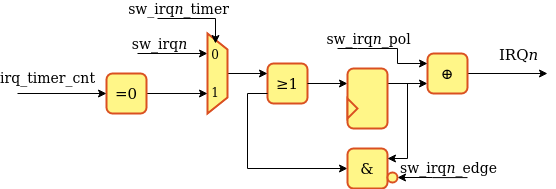
Above: veerwolf_irq.png in chipsalliance/VeeRwolf (draw.io), before the change. Source tidied: cells renumbered, new cells last; positions are measured from the earlier drawing's top-left corner, leaving out a move shared by most shapes. The source it was exported from:
```xml
<mxGraphModel>
  <root>
    <mxCell id="0" />
    <mxCell id="1" parent="0" />
    <mxCell id="2" value="≥1" style="rounded=1;whiteSpace=wrap;html=1;fontSize=15;strokeWidth=2;fillColor=#FFF688;strokeColor=#DA5021;" parent="1" vertex="1">
      <mxGeometry x="250" y="45" width="40" height="40" as="geometry" />
    </mxCell>
    <mxCell id="3" style="endArrow=classic;startArrow=none;html=1;fontSize=15;labelBackgroundColor=none;startFill=0;exitX=1;exitY=0.5;exitDx=0;exitDy=0;" parent="1" edge="1" source="9">
      <mxGeometry relative="1" as="geometry">
        <mxPoint x="530" y="55" as="targetPoint" />
      </mxGeometry>
    </mxCell>
    <mxCell id="4" value="IRQ&lt;i&gt;n&lt;/i&gt;" style="text;html=1;align=center;verticalAlign=middle;labelBackgroundColor=none;fontSize=15;" parent="3" vertex="1">
      <mxGeometry x="-0.53" y="-1" relative="1" as="geometry">
        <mxPoint x="31" y="-21" as="offset" />
      </mxGeometry>
    </mxCell>
    <mxCell id="5" style="edgeStyle=orthogonalEdgeStyle;rounded=0;jettySize=auto;html=1;exitX=0;exitY=0.5;exitDx=0;exitDy=0;entryX=0;entryY=0.75;entryDx=0;entryDy=0;labelBackgroundColor=none;startArrow=classic;startFill=1;endArrow=none;endFill=0;fontSize=14;" parent="1" edge="1" source="6" target="2">
      <mxGeometry relative="1" as="geometry" />
    </mxCell>
    <mxCell id="6" value="&amp;amp;" style="rounded=1;whiteSpace=wrap;html=1;fontSize=15;strokeWidth=2;fillColor=#FFF688;strokeColor=#DA5021;" parent="1" vertex="1">
      <mxGeometry x="330" y="130" width="40" height="40" as="geometry" />
    </mxCell>
    <mxCell id="7" style="endArrow=none;startArrow=classic;html=1;fontSize=15;entryX=1;entryY=0.5;entryDx=0;entryDy=0;startFill=1;endFill=0;exitX=0;exitY=0.25;exitDx=0;exitDy=0;" parent="1" edge="1" source="13" target="2">
      <mxGeometry relative="1" as="geometry" />
    </mxCell>
    <mxCell id="8" style="edgeStyle=orthogonalEdgeStyle;rounded=0;jettySize=auto;html=1;entryX=1;entryY=0.25;entryDx=0;entryDy=0;startArrow=classic;startFill=1;endArrow=none;endFill=0;fillColor=#FBA82A;fontSize=15;exitX=0;exitY=0.75;exitDx=0;exitDy=0;" parent="1" edge="1" source="9" target="13">
      <mxGeometry relative="1" as="geometry" />
    </mxCell>
    <mxCell id="9" value="⊕" style="rounded=1;whiteSpace=wrap;html=1;fontSize=15;strokeWidth=2;fillColor=#FFF688;strokeColor=#DA5021;" parent="1" vertex="1">
      <mxGeometry x="410" y="35" width="40" height="40" as="geometry" />
    </mxCell>
    <mxCell id="10" style="edgeStyle=orthogonalEdgeStyle;rounded=0;jettySize=auto;html=1;startArrow=classic;startFill=1;endArrow=none;endFill=0;fillColor=#FBA82A;fontSize=15;exitX=0;exitY=0.25;exitDx=0;exitDy=0;" parent="1" edge="1" source="9">
      <mxGeometry relative="1" as="geometry">
        <mxPoint x="320" y="30" as="targetPoint" />
        <Array as="points">
          <mxPoint x="380" y="45" />
          <mxPoint x="380" y="30" />
          <mxPoint x="340" y="30" />
        </Array>
      </mxGeometry>
    </mxCell>
    <mxCell id="11" value="sw_irq&lt;i&gt;n&lt;/i&gt;_pol" style="edgeLabel;html=1;align=center;verticalAlign=middle;fontSize=14;" parent="10" vertex="1">
      <mxGeometry x="0.84" y="-2" relative="1" as="geometry">
        <mxPoint x="22" y="-8" as="offset" />
      </mxGeometry>
    </mxCell>
    <mxCell id="12" style="edgeStyle=orthogonalEdgeStyle;rounded=0;jettySize=auto;html=1;startArrow=none;startFill=0;fontSize=14;exitX=1;exitY=0.25;exitDx=0;exitDy=0;entryX=1;entryY=0.25;entryDx=0;entryDy=0;" parent="1" edge="1" source="13" target="6">
      <mxGeometry relative="1" as="geometry" />
    </mxCell>
    <mxCell id="13" style="rounded=1;whiteSpace=wrap;html=1;fontSize=15;strokeWidth=2;fillColor=#FFF688;strokeColor=#DA5021;" parent="1" vertex="1">
      <mxGeometry x="330" y="50" width="40" height="60" as="geometry" />
    </mxCell>
    <mxCell id="14" style="triangle;whiteSpace=wrap;html=1;fillColor=#FFF688;strokeColor=#DA5021;strokeWidth=2;" parent="1" vertex="1">
      <mxGeometry x="330" y="80" width="10" height="20" as="geometry" />
    </mxCell>
    <mxCell id="15" style="edgeStyle=orthogonalEdgeStyle;rounded=0;jettySize=auto;html=1;exitX=1;exitY=0.5;exitDx=0;exitDy=0;labelBackgroundColor=none;startArrow=classic;startFill=1;fontSize=14;endArrow=none;endFill=0;" parent="1" edge="1" source="17">
      <mxGeometry relative="1" as="geometry">
        <mxPoint x="450" y="159.1" as="targetPoint" />
      </mxGeometry>
    </mxCell>
    <mxCell id="16" value="sw_irq&lt;i&gt;n&lt;/i&gt;_edge" style="edgeLabel;html=1;align=center;verticalAlign=middle;fontSize=14;labelBackgroundColor=none;" parent="15" vertex="1">
      <mxGeometry x="0.7" y="-1" relative="1" as="geometry">
        <mxPoint x="-9.4" y="-10.1" as="offset" />
      </mxGeometry>
    </mxCell>
    <mxCell id="17" style="ellipse;whiteSpace=wrap;html=1;strokeColor=#DA5021;strokeWidth=2;fillColor=#FFF688;fontSize=14;" parent="1" vertex="1">
      <mxGeometry x="370" y="154" width="10" height="10" as="geometry" />
    </mxCell>
    <mxCell id="18" style="edgeStyle=orthogonalEdgeStyle;rounded=0;jettySize=auto;html=1;labelBackgroundColor=none;startArrow=classic;startFill=1;fontSize=14;endArrow=none;endFill=0;exitX=0.25;exitY=1;exitDx=0;exitDy=0;" parent="1" edge="1" source="21">
      <mxGeometry relative="1" as="geometry">
        <mxPoint x="120" y="35" as="targetPoint" />
        <Array as="points">
          <mxPoint x="120" y="35" />
        </Array>
      </mxGeometry>
    </mxCell>
    <mxCell id="19" value="sw_irq&lt;i&gt;n&lt;/i&gt;" style="edgeLabel;html=1;align=center;verticalAlign=middle;fontSize=14;labelBackgroundColor=none;" parent="18" vertex="1">
      <mxGeometry x="0.7" y="-1" relative="1" as="geometry">
        <mxPoint x="11" y="-9" as="offset" />
      </mxGeometry>
    </mxCell>
    <mxCell id="20" style="edgeStyle=orthogonalEdgeStyle;rounded=0;jettySize=auto;html=1;exitX=0.5;exitY=0;exitDx=0;exitDy=0;entryX=0;entryY=0.25;entryDx=0;entryDy=0;" parent="1" edge="1" source="21" target="2">
      <mxGeometry relative="1" as="geometry" />
    </mxCell>
    <mxCell id="21" style="shape=trapezoid;perimeter=trapezoidPerimeter;whiteSpace=wrap;html=1;fillColor=#FFF688;strokeColor=#DA5021;strokeWidth=2;rotation=90;" parent="1" vertex="1">
      <mxGeometry x="160" y="45" width="80" height="20" as="geometry" />
    </mxCell>
    <mxCell id="22" style="edgeStyle=orthogonalEdgeStyle;rounded=0;jettySize=auto;html=1;labelBackgroundColor=none;startArrow=classic;startFill=1;fontSize=14;endArrow=none;endFill=0;exitX=0.75;exitY=1;exitDx=0;exitDy=0;entryX=1;entryY=0.5;entryDx=0;entryDy=0;" parent="1" edge="1" source="21" target="26">
      <mxGeometry relative="1" as="geometry" />
    </mxCell>
    <mxCell id="23" value="&lt;div&gt;0&lt;/div&gt;&lt;div style=&quot;line-height: 190%&quot;&gt;&lt;br&gt;&lt;/div&gt;&lt;div&gt;1&lt;br&gt;&lt;/div&gt;" style="text;html=1;strokeColor=none;fillColor=none;align=center;verticalAlign=middle;whiteSpace=wrap;rounded=0;" parent="1" vertex="1">
      <mxGeometry x="188" y="25" width="20" height="60" as="geometry" />
    </mxCell>
    <mxCell id="24" style="edgeStyle=orthogonalEdgeStyle;rounded=0;jettySize=auto;html=1;entryX=0.5;entryY=0;entryDx=0;entryDy=0;" parent="1" edge="1" target="23">
      <mxGeometry relative="1" as="geometry">
        <mxPoint x="140" as="sourcePoint" />
      </mxGeometry>
    </mxCell>
    <mxCell id="25" value="sw_irq&lt;i&gt;n&lt;/i&gt;_timer" style="edgeLabel;html=1;align=center;verticalAlign=middle;fontSize=14;" parent="24" vertex="1">
      <mxGeometry x="-0.66" y="-2" relative="1" as="geometry">
        <mxPoint x="6" y="-12" as="offset" />
      </mxGeometry>
    </mxCell>
    <mxCell id="26" value="=0" style="rounded=1;whiteSpace=wrap;html=1;fontSize=15;strokeWidth=2;fillColor=#FFF688;strokeColor=#DA5021;" parent="1" vertex="1">
      <mxGeometry x="89" y="55" width="40" height="40" as="geometry" />
    </mxCell>
    <mxCell id="27" value="irq_timer_cnt" style="edgeStyle=orthogonalEdgeStyle;rounded=0;jettySize=auto;html=1;labelBackgroundColor=none;startArrow=classic;startFill=1;fontSize=14;endArrow=none;endFill=0;exitX=0;exitY=0.5;exitDx=0;exitDy=0;" parent="1" edge="1" source="26">
      <mxGeometry x="0.33" y="-15" relative="1" as="geometry">
        <mxPoint y="75" as="targetPoint" />
      </mxGeometry>
    </mxCell>
  </root>
</mxGraphModel>
```
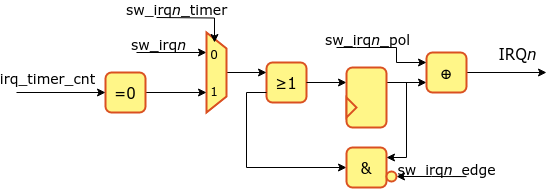
After the commit.

Change to the diagram source:
```diff
@@ -2,35 +2,35 @@
   <root>
     <mxCell id="0" />
     <mxCell id="1" parent="0" />
-    <mxCell id="2" value="≥1" style="rounded=1;whiteSpace=wrap;html=1;fontSize=15;strokeWidth=2;fillColor=#FFF688;strokeColor=#DA5021;" parent="1" vertex="1">
+    <mxCell id="2" value="≥1" style="rounded=1;whiteSpace=wrap;html=1;fontSize=15;strokeWidth=2;fillColor=#FFF688;strokeColor=#DA5021;fontFamily=Verdana;" parent="1" vertex="1">
       <mxGeometry x="250" y="45" width="40" height="40" as="geometry" />
     </mxCell>
-    <mxCell id="3" style="endArrow=classic;startArrow=none;html=1;fontSize=15;labelBackgroundColor=none;startFill=0;exitX=1;exitY=0.5;exitDx=0;exitDy=0;" parent="1" edge="1" source="9">
+    <mxCell id="3" style="endArrow=classic;startArrow=none;html=1;fontSize=15;labelBackgroundColor=none;startFill=0;exitX=1;exitY=0.5;exitDx=0;exitDy=0;fontFamily=Verdana;" parent="1" edge="1" source="9">
       <mxGeometry relative="1" as="geometry">
         <mxPoint x="530" y="55" as="targetPoint" />
       </mxGeometry>
     </mxCell>
-    <mxCell id="4" value="IRQ&lt;i&gt;n&lt;/i&gt;" style="text;html=1;align=center;verticalAlign=middle;labelBackgroundColor=none;fontSize=15;" parent="3" vertex="1">
+    <mxCell id="4" value="IRQ&lt;i&gt;n&lt;/i&gt;" style="text;html=1;align=center;verticalAlign=middle;labelBackgroundColor=none;fontSize=15;fontFamily=Verdana;" parent="3" vertex="1">
       <mxGeometry x="-0.53" y="-1" relative="1" as="geometry">
         <mxPoint x="31" y="-21" as="offset" />
       </mxGeometry>
     </mxCell>
-    <mxCell id="5" style="edgeStyle=orthogonalEdgeStyle;rounded=0;jettySize=auto;html=1;exitX=0;exitY=0.5;exitDx=0;exitDy=0;entryX=0;entryY=0.75;entryDx=0;entryDy=0;labelBackgroundColor=none;startArrow=classic;startFill=1;endArrow=none;endFill=0;fontSize=14;" parent="1" edge="1" source="6" target="2">
+    <mxCell id="5" style="edgeStyle=orthogonalEdgeStyle;rounded=0;jettySize=auto;html=1;exitX=0;exitY=0.5;exitDx=0;exitDy=0;entryX=0;entryY=0.75;entryDx=0;entryDy=0;labelBackgroundColor=none;startArrow=classic;startFill=1;endArrow=none;endFill=0;fontSize=14;fontFamily=Verdana;" parent="1" edge="1" source="6" target="2">
       <mxGeometry relative="1" as="geometry" />
     </mxCell>
-    <mxCell id="6" value="&amp;amp;" style="rounded=1;whiteSpace=wrap;html=1;fontSize=15;strokeWidth=2;fillColor=#FFF688;strokeColor=#DA5021;" parent="1" vertex="1">
+    <mxCell id="6" value="&amp;amp;" style="rounded=1;whiteSpace=wrap;html=1;fontSize=15;strokeWidth=2;fillColor=#FFF688;strokeColor=#DA5021;fontFamily=Verdana;" parent="1" vertex="1">
       <mxGeometry x="330" y="130" width="40" height="40" as="geometry" />
     </mxCell>
-    <mxCell id="7" style="endArrow=none;startArrow=classic;html=1;fontSize=15;entryX=1;entryY=0.5;entryDx=0;entryDy=0;startFill=1;endFill=0;exitX=0;exitY=0.25;exitDx=0;exitDy=0;" parent="1" edge="1" source="13" target="2">
+    <mxCell id="7" style="endArrow=none;startArrow=classic;html=1;fontSize=15;entryX=1;entryY=0.5;entryDx=0;entryDy=0;startFill=1;endFill=0;exitX=0;exitY=0.25;exitDx=0;exitDy=0;fontFamily=Verdana;" parent="1" edge="1" source="13" target="2">
       <mxGeometry relative="1" as="geometry" />
     </mxCell>
-    <mxCell id="8" style="edgeStyle=orthogonalEdgeStyle;rounded=0;jettySize=auto;html=1;entryX=1;entryY=0.25;entryDx=0;entryDy=0;startArrow=classic;startFill=1;endArrow=none;endFill=0;fillColor=#FBA82A;fontSize=15;exitX=0;exitY=0.75;exitDx=0;exitDy=0;" parent="1" edge="1" source="9" target="13">
+    <mxCell id="8" style="edgeStyle=orthogonalEdgeStyle;rounded=0;jettySize=auto;html=1;entryX=1;entryY=0.25;entryDx=0;entryDy=0;startArrow=classic;startFill=1;endArrow=none;endFill=0;fillColor=#FBA82A;fontSize=15;exitX=0;exitY=0.75;exitDx=0;exitDy=0;fontFamily=Verdana;" parent="1" edge="1" source="9" target="13">
       <mxGeometry relative="1" as="geometry" />
     </mxCell>
-    <mxCell id="9" value="⊕" style="rounded=1;whiteSpace=wrap;html=1;fontSize=15;strokeWidth=2;fillColor=#FFF688;strokeColor=#DA5021;" parent="1" vertex="1">
+    <mxCell id="9" value="⊕" style="rounded=1;whiteSpace=wrap;html=1;fontSize=15;strokeWidth=2;fillColor=#FFF688;strokeColor=#DA5021;fontFamily=Verdana;" parent="1" vertex="1">
       <mxGeometry x="410" y="35" width="40" height="40" as="geometry" />
     </mxCell>
-    <mxCell id="10" style="edgeStyle=orthogonalEdgeStyle;rounded=0;jettySize=auto;html=1;startArrow=classic;startFill=1;endArrow=none;endFill=0;fillColor=#FBA82A;fontSize=15;exitX=0;exitY=0.25;exitDx=0;exitDy=0;" parent="1" edge="1" source="9">
+    <mxCell id="10" style="edgeStyle=orthogonalEdgeStyle;rounded=0;jettySize=auto;html=1;startArrow=classic;startFill=1;endArrow=none;endFill=0;fillColor=#FBA82A;fontSize=15;exitX=0;exitY=0.25;exitDx=0;exitDy=0;fontFamily=Verdana;" parent="1" edge="1" source="9">
       <mxGeometry relative="1" as="geometry">
         <mxPoint x="320" y="30" as="targetPoint" />
         <Array as="points">
@@ -40,34 +40,34 @@
         </Array>
       </mxGeometry>
     </mxCell>
-    <mxCell id="11" value="sw_irq&lt;i&gt;n&lt;/i&gt;_pol" style="edgeLabel;html=1;align=center;verticalAlign=middle;fontSize=14;" parent="10" vertex="1">
+    <mxCell id="11" value="sw_irq&lt;i&gt;n&lt;/i&gt;_pol" style="edgeLabel;html=1;align=center;verticalAlign=middle;fontSize=14;fontFamily=Verdana;" parent="10" vertex="1">
       <mxGeometry x="0.84" y="-2" relative="1" as="geometry">
         <mxPoint x="22" y="-8" as="offset" />
       </mxGeometry>
     </mxCell>
-    <mxCell id="12" style="edgeStyle=orthogonalEdgeStyle;rounded=0;jettySize=auto;html=1;startArrow=none;startFill=0;fontSize=14;exitX=1;exitY=0.25;exitDx=0;exitDy=0;entryX=1;entryY=0.25;entryDx=0;entryDy=0;" parent="1" edge="1" source="13" target="6">
+    <mxCell id="12" style="edgeStyle=orthogonalEdgeStyle;rounded=0;jettySize=auto;html=1;startArrow=none;startFill=0;fontSize=14;exitX=1;exitY=0.25;exitDx=0;exitDy=0;entryX=1;entryY=0.25;entryDx=0;entryDy=0;fontFamily=Verdana;" parent="1" edge="1" source="13" target="6">
       <mxGeometry relative="1" as="geometry" />
     </mxCell>
-    <mxCell id="13" style="rounded=1;whiteSpace=wrap;html=1;fontSize=15;strokeWidth=2;fillColor=#FFF688;strokeColor=#DA5021;" parent="1" vertex="1">
+    <mxCell id="13" style="rounded=1;whiteSpace=wrap;html=1;fontSize=15;strokeWidth=2;fillColor=#FFF688;strokeColor=#DA5021;fontFamily=Verdana;" parent="1" vertex="1">
       <mxGeometry x="330" y="50" width="40" height="60" as="geometry" />
     </mxCell>
-    <mxCell id="14" style="triangle;whiteSpace=wrap;html=1;fillColor=#FFF688;strokeColor=#DA5021;strokeWidth=2;" parent="1" vertex="1">
+    <mxCell id="14" style="triangle;whiteSpace=wrap;html=1;fillColor=#FFF688;strokeColor=#DA5021;strokeWidth=2;fontFamily=Verdana;" parent="1" vertex="1">
       <mxGeometry x="330" y="80" width="10" height="20" as="geometry" />
     </mxCell>
-    <mxCell id="15" style="edgeStyle=orthogonalEdgeStyle;rounded=0;jettySize=auto;html=1;exitX=1;exitY=0.5;exitDx=0;exitDy=0;labelBackgroundColor=none;startArrow=classic;startFill=1;fontSize=14;endArrow=none;endFill=0;" parent="1" edge="1" source="17">
+    <mxCell id="15" style="edgeStyle=orthogonalEdgeStyle;rounded=0;jettySize=auto;html=1;exitX=1;exitY=0.5;exitDx=0;exitDy=0;labelBackgroundColor=none;startArrow=classic;startFill=1;fontSize=14;endArrow=none;endFill=0;fontFamily=Verdana;" parent="1" edge="1" source="17">
       <mxGeometry relative="1" as="geometry">
         <mxPoint x="450" y="159.1" as="targetPoint" />
       </mxGeometry>
     </mxCell>
-    <mxCell id="16" value="sw_irq&lt;i&gt;n&lt;/i&gt;_edge" style="edgeLabel;html=1;align=center;verticalAlign=middle;fontSize=14;labelBackgroundColor=none;" parent="15" vertex="1">
+    <mxCell id="16" value="sw_irq&lt;i&gt;n&lt;/i&gt;_edge" style="edgeLabel;html=1;align=center;verticalAlign=middle;fontSize=14;labelBackgroundColor=none;fontFamily=Verdana;" parent="15" vertex="1">
       <mxGeometry x="0.7" y="-1" relative="1" as="geometry">
         <mxPoint x="-9.4" y="-10.1" as="offset" />
       </mxGeometry>
     </mxCell>
-    <mxCell id="17" style="ellipse;whiteSpace=wrap;html=1;strokeColor=#DA5021;strokeWidth=2;fillColor=#FFF688;fontSize=14;" parent="1" vertex="1">
+    <mxCell id="17" style="ellipse;whiteSpace=wrap;html=1;strokeColor=#DA5021;strokeWidth=2;fillColor=#FFF688;fontSize=14;fontFamily=Verdana;" parent="1" vertex="1">
       <mxGeometry x="370" y="154" width="10" height="10" as="geometry" />
     </mxCell>
-    <mxCell id="18" style="edgeStyle=orthogonalEdgeStyle;rounded=0;jettySize=auto;html=1;labelBackgroundColor=none;startArrow=classic;startFill=1;fontSize=14;endArrow=none;endFill=0;exitX=0.25;exitY=1;exitDx=0;exitDy=0;" parent="1" edge="1" source="21">
+    <mxCell id="18" style="edgeStyle=orthogonalEdgeStyle;rounded=0;jettySize=auto;html=1;labelBackgroundColor=none;startArrow=classic;startFill=1;fontSize=14;endArrow=none;endFill=0;exitX=0.25;exitY=1;exitDx=0;exitDy=0;fontFamily=Verdana;" parent="1" edge="1" source="21">
       <mxGeometry relative="1" as="geometry">
         <mxPoint x="120" y="35" as="targetPoint" />
         <Array as="points">
@@ -75,37 +75,37 @@
         </Array>
       </mxGeometry>
     </mxCell>
-    <mxCell id="19" value="sw_irq&lt;i&gt;n&lt;/i&gt;" style="edgeLabel;html=1;align=center;verticalAlign=middle;fontSize=14;labelBackgroundColor=none;" parent="18" vertex="1">
+    <mxCell id="19" value="sw_irq&lt;i&gt;n&lt;/i&gt;" style="edgeLabel;html=1;align=center;verticalAlign=middle;fontSize=14;labelBackgroundColor=none;fontFamily=Verdana;" parent="18" vertex="1">
       <mxGeometry x="0.7" y="-1" relative="1" as="geometry">
         <mxPoint x="11" y="-9" as="offset" />
       </mxGeometry>
     </mxCell>
-    <mxCell id="20" style="edgeStyle=orthogonalEdgeStyle;rounded=0;jettySize=auto;html=1;exitX=0.5;exitY=0;exitDx=0;exitDy=0;entryX=0;entryY=0.25;entryDx=0;entryDy=0;" parent="1" edge="1" source="21" target="2">
+    <mxCell id="20" style="edgeStyle=orthogonalEdgeStyle;rounded=0;jettySize=auto;html=1;exitX=0.5;exitY=0;exitDx=0;exitDy=0;entryX=0;entryY=0.25;entryDx=0;entryDy=0;fontFamily=Verdana;" parent="1" edge="1" source="21" target="2">
       <mxGeometry relative="1" as="geometry" />
     </mxCell>
-    <mxCell id="21" style="shape=trapezoid;perimeter=trapezoidPerimeter;whiteSpace=wrap;html=1;fillColor=#FFF688;strokeColor=#DA5021;strokeWidth=2;rotation=90;" parent="1" vertex="1">
+    <mxCell id="21" style="shape=trapezoid;perimeter=trapezoidPerimeter;whiteSpace=wrap;html=1;fillColor=#FFF688;strokeColor=#DA5021;strokeWidth=2;rotation=90;fontFamily=Verdana;" parent="1" vertex="1">
       <mxGeometry x="160" y="45" width="80" height="20" as="geometry" />
     </mxCell>
-    <mxCell id="22" style="edgeStyle=orthogonalEdgeStyle;rounded=0;jettySize=auto;html=1;labelBackgroundColor=none;startArrow=classic;startFill=1;fontSize=14;endArrow=none;endFill=0;exitX=0.75;exitY=1;exitDx=0;exitDy=0;entryX=1;entryY=0.5;entryDx=0;entryDy=0;" parent="1" edge="1" source="21" target="26">
+    <mxCell id="22" style="edgeStyle=orthogonalEdgeStyle;rounded=0;jettySize=auto;html=1;labelBackgroundColor=none;startArrow=classic;startFill=1;fontSize=14;endArrow=none;endFill=0;exitX=0.75;exitY=1;exitDx=0;exitDy=0;entryX=1;entryY=0.5;entryDx=0;entryDy=0;fontFamily=Verdana;" parent="1" edge="1" source="21" target="26">
       <mxGeometry relative="1" as="geometry" />
     </mxCell>
-    <mxCell id="23" value="&lt;div&gt;0&lt;/div&gt;&lt;div style=&quot;line-height: 190%&quot;&gt;&lt;br&gt;&lt;/div&gt;&lt;div&gt;1&lt;br&gt;&lt;/div&gt;" style="text;html=1;strokeColor=none;fillColor=none;align=center;verticalAlign=middle;whiteSpace=wrap;rounded=0;" parent="1" vertex="1">
+    <mxCell id="23" value="&lt;div&gt;0&lt;/div&gt;&lt;div style=&quot;line-height: 190%&quot;&gt;&lt;br&gt;&lt;/div&gt;&lt;div&gt;1&lt;br&gt;&lt;/div&gt;" style="text;html=1;strokeColor=none;fillColor=none;align=center;verticalAlign=middle;whiteSpace=wrap;rounded=0;fontFamily=Verdana;" parent="1" vertex="1">
       <mxGeometry x="188" y="25" width="20" height="60" as="geometry" />
     </mxCell>
-    <mxCell id="24" style="edgeStyle=orthogonalEdgeStyle;rounded=0;jettySize=auto;html=1;entryX=0.5;entryY=0;entryDx=0;entryDy=0;" parent="1" edge="1" target="23">
+    <mxCell id="24" style="edgeStyle=orthogonalEdgeStyle;rounded=0;jettySize=auto;html=1;entryX=0.5;entryY=0;entryDx=0;entryDy=0;fontFamily=Verdana;" parent="1" edge="1" target="23">
       <mxGeometry relative="1" as="geometry">
         <mxPoint x="140" as="sourcePoint" />
       </mxGeometry>
     </mxCell>
-    <mxCell id="25" value="sw_irq&lt;i&gt;n&lt;/i&gt;_timer" style="edgeLabel;html=1;align=center;verticalAlign=middle;fontSize=14;" parent="24" vertex="1">
+    <mxCell id="25" value="sw_irq&lt;i&gt;n&lt;/i&gt;_timer" style="edgeLabel;html=1;align=center;verticalAlign=middle;fontSize=14;fontFamily=Verdana;" parent="24" vertex="1">
       <mxGeometry x="-0.66" y="-2" relative="1" as="geometry">
         <mxPoint x="6" y="-12" as="offset" />
       </mxGeometry>
     </mxCell>
-    <mxCell id="26" value="=0" style="rounded=1;whiteSpace=wrap;html=1;fontSize=15;strokeWidth=2;fillColor=#FFF688;strokeColor=#DA5021;" parent="1" vertex="1">
+    <mxCell id="26" value="=0" style="rounded=1;whiteSpace=wrap;html=1;fontSize=15;strokeWidth=2;fillColor=#FFF688;strokeColor=#DA5021;fontFamily=Verdana;" parent="1" vertex="1">
       <mxGeometry x="89" y="55" width="40" height="40" as="geometry" />
     </mxCell>
-    <mxCell id="27" value="irq_timer_cnt" style="edgeStyle=orthogonalEdgeStyle;rounded=0;jettySize=auto;html=1;labelBackgroundColor=none;startArrow=classic;startFill=1;fontSize=14;endArrow=none;endFill=0;exitX=0;exitY=0.5;exitDx=0;exitDy=0;" parent="1" edge="1" source="26">
+    <mxCell id="27" value="irq_timer_cnt" style="edgeStyle=orthogonalEdgeStyle;rounded=0;jettySize=auto;html=1;labelBackgroundColor=none;startArrow=classic;startFill=1;fontSize=14;endArrow=none;endFill=0;exitX=0;exitY=0.5;exitDx=0;exitDy=0;fontFamily=Verdana;" parent="1" edge="1" source="26">
       <mxGeometry x="0.33" y="-15" relative="1" as="geometry">
         <mxPoint y="75" as="targetPoint" />
       </mxGeometry>
```
